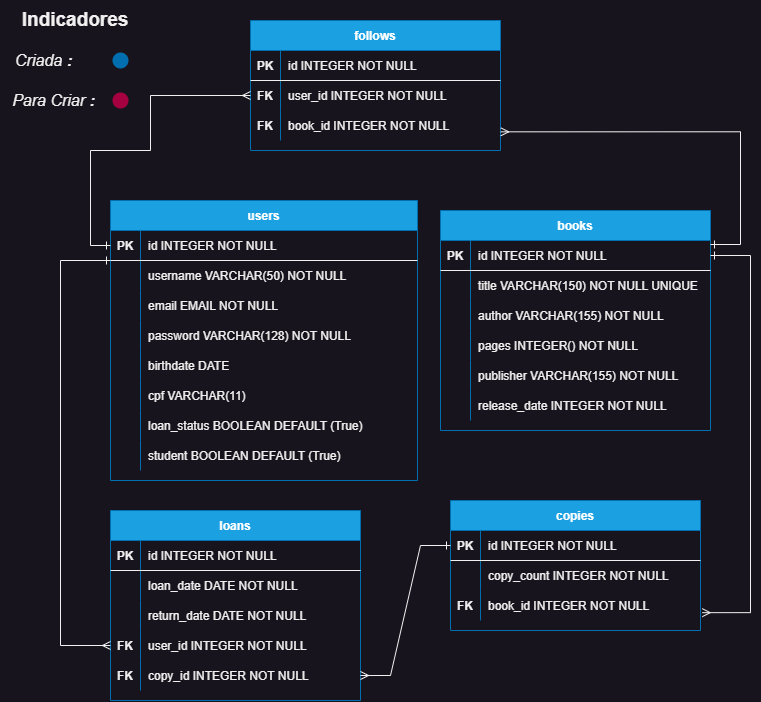
This is BiblioteKA_diagram.drawio.png from BiblioteKA-G3/BiblioteKA, a draw.io export, as it was before one commit. Source tidied: cells renumbered, new cells last; positions are measured from the earlier drawing's top-left corner, leaving out a move shared by most shapes.
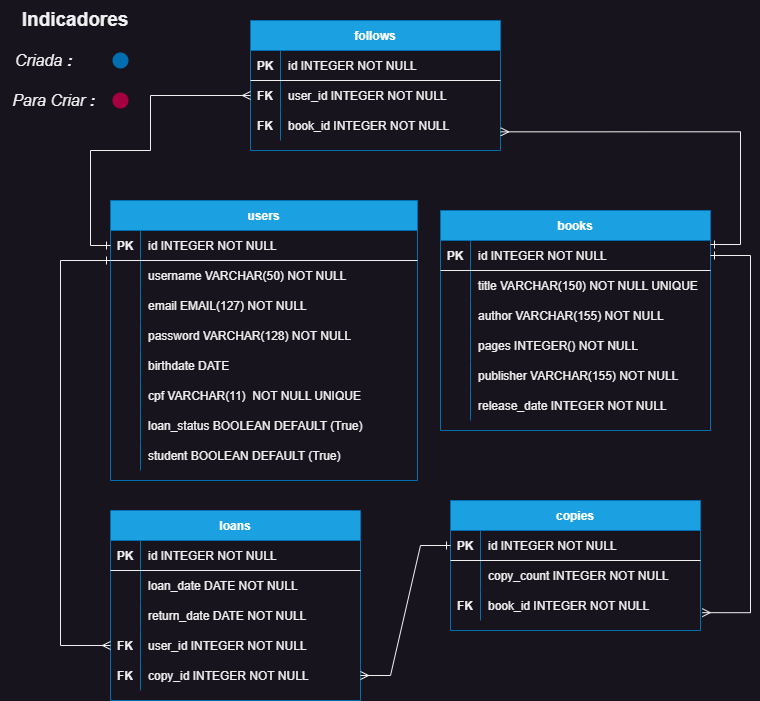
The same diagram one commit later.

Commit message:
fix: diagram, user columns

What changed in the source:
```diff
@@ -95,7 +95,7 @@
     <mxCell id="32" style="shape=partialRectangle;overflow=hidden;fillColor=none;top=0;left=0;bottom=0;right=0;" parent="31" vertex="1">
       <mxGeometry width="30" height="30" as="geometry" />
     </mxCell>
-    <mxCell id="33" value="email EMAIL NOT NULL" style="shape=partialRectangle;overflow=hidden;fillColor=none;top=0;left=0;bottom=0;right=0;align=left;spacingLeft=6;" parent="31" vertex="1">
+    <mxCell id="33" value="email EMAIL(127) NOT NULL" style="shape=partialRectangle;overflow=hidden;fillColor=none;top=0;left=0;bottom=0;right=0;align=left;spacingLeft=6;" parent="31" vertex="1">
       <mxGeometry x="30" width="277" height="30" as="geometry" />
     </mxCell>
     <mxCell id="34" style="shape=partialRectangle;fillColor=none;top=0;left=0;right=0;bottom=0;" parent="24" vertex="1">
@@ -122,7 +122,7 @@
     <mxCell id="41" style="shape=partialRectangle;overflow=hidden;fillColor=none;top=0;left=0;bottom=0;right=0;" parent="40" vertex="1">
       <mxGeometry width="30" height="30" as="geometry" />
     </mxCell>
-    <mxCell id="42" value="cpf VARCHAR(11) " style="shape=partialRectangle;overflow=hidden;fillColor=none;top=0;left=0;bottom=0;right=0;align=left;spacingLeft=6;" parent="40" vertex="1">
+    <mxCell id="42" value="cpf VARCHAR(11)  NOT NULL UNIQUE" style="shape=partialRectangle;overflow=hidden;fillColor=none;top=0;left=0;bottom=0;right=0;align=left;spacingLeft=6;" parent="40" vertex="1">
       <mxGeometry x="30" width="277" height="30" as="geometry" />
     </mxCell>
     <mxCell id="43" style="shape=partialRectangle;fillColor=none;top=0;left=0;right=0;bottom=0;" parent="24" vertex="1">
```
